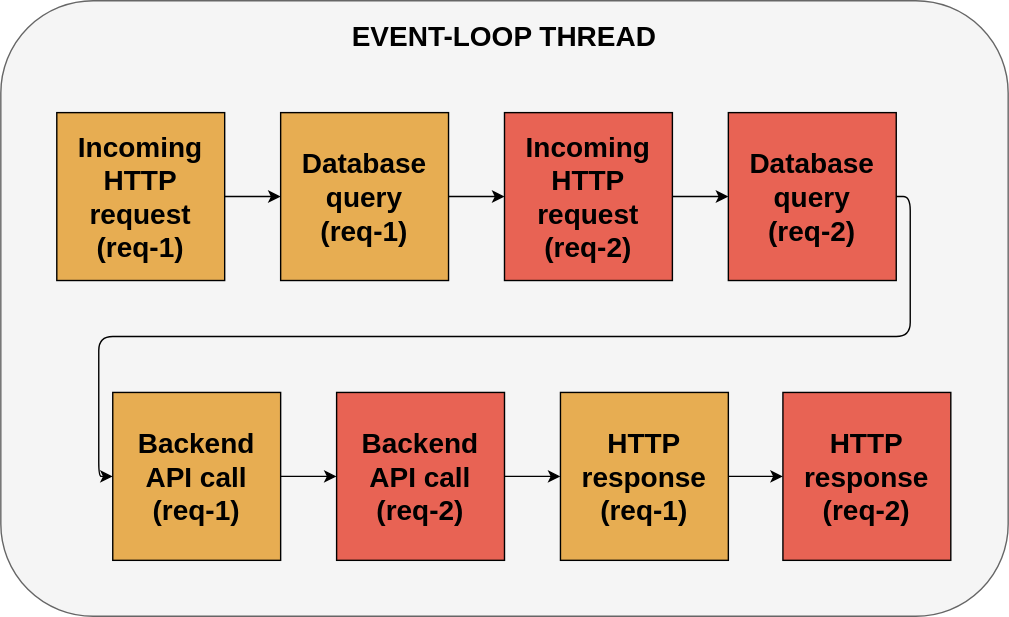
This is images/intro-event-loop.drawio.svg from bajtos/2022-hold-my-context, a draw.io export, as it was before one commit. Source tidied: cells renumbered, new cells last; positions are measured from the earlier drawing's top-left corner, leaving out a move shared by most shapes. Source of this version:
```xml
<mxGraphModel>
  <root>
    <mxCell id="0" />
    <mxCell id="1" parent="0" />
    <mxCell id="2" style="rounded=1;whiteSpace=wrap;html=1;fillColor=#f5f5f5;align=left;strokeColor=#666666;fontColor=#333333;" parent="1" vertex="1">
      <mxGeometry width="720" height="440" as="geometry" />
    </mxCell>
    <mxCell id="3" value="&lt;b style=&quot;font-size: 20px&quot;&gt;Incoming&lt;br&gt;HTTP&amp;nbsp;&lt;br&gt;request&lt;br&gt;(req-1)&lt;/b&gt;" style="whiteSpace=wrap;html=1;fillColor=#e7ad52;" parent="1" vertex="1">
      <mxGeometry x="40" y="80" width="120" height="120" as="geometry" />
    </mxCell>
    <mxCell id="4" value="&lt;span style=&quot;font-size: 20px&quot;&gt;&lt;b&gt;Database query&lt;br&gt;&lt;/b&gt;&lt;/span&gt;&lt;b style=&quot;font-size: 20px&quot;&gt;(req-1)&lt;/b&gt;&lt;span style=&quot;font-size: 20px&quot;&gt;&lt;b&gt;&lt;br&gt;&lt;/b&gt;&lt;/span&gt;" style="whiteSpace=wrap;html=1;fillColor=#e7ad52;" parent="1" vertex="1">
      <mxGeometry x="200" y="80" width="120" height="120" as="geometry" />
    </mxCell>
    <mxCell id="5" value="&lt;span style=&quot;font-size: 20px&quot;&gt;&lt;b&gt;Backend API call&lt;br&gt;&lt;/b&gt;&lt;/span&gt;&lt;b style=&quot;font-size: 20px&quot;&gt;(req-1)&lt;/b&gt;&lt;span style=&quot;font-size: 20px&quot;&gt;&lt;b&gt;&lt;br&gt;&lt;/b&gt;&lt;/span&gt;" style="whiteSpace=wrap;html=1;fillColor=#e7ad52;" parent="1" vertex="1">
      <mxGeometry x="80" y="280" width="120" height="120" as="geometry" />
    </mxCell>
    <mxCell id="6" value="&lt;span style=&quot;font-size: 20px&quot;&gt;&lt;b&gt;HTTP response&lt;br&gt;&lt;/b&gt;&lt;/span&gt;&lt;b style=&quot;font-size: 20px&quot;&gt;(req-1)&lt;/b&gt;&lt;span style=&quot;font-size: 20px&quot;&gt;&lt;b&gt;&lt;br&gt;&lt;/b&gt;&lt;/span&gt;" style="whiteSpace=wrap;html=1;fillColor=#e7ad52;" parent="1" vertex="1">
      <mxGeometry x="400" y="280" width="120" height="120" as="geometry" />
    </mxCell>
    <mxCell id="7" value="&lt;font style=&quot;font-size: 20px&quot;&gt;&lt;b&gt;EVENT-LOOP THREAD&lt;/b&gt;&lt;/font&gt;" style="text;html=1;strokeColor=none;fillColor=none;align=center;verticalAlign=middle;whiteSpace=wrap;rounded=0;" parent="1" vertex="1">
      <mxGeometry width="720" height="50" as="geometry" />
    </mxCell>
    <mxCell id="8" value="&lt;b style=&quot;font-size: 20px&quot;&gt;Incoming&lt;br&gt;HTTP&amp;nbsp;&lt;br&gt;request&lt;br&gt;(req-2)&lt;br&gt;&lt;/b&gt;" style="whiteSpace=wrap;html=1;fillColor=#E86354;" parent="1" vertex="1">
      <mxGeometry x="360" y="80" width="120" height="120" as="geometry" />
    </mxCell>
    <mxCell id="9" value="&lt;span style=&quot;font-size: 20px&quot;&gt;&lt;b&gt;Database query&lt;br&gt;&lt;/b&gt;&lt;/span&gt;&lt;b style=&quot;font-size: 20px&quot;&gt;(req-2)&lt;/b&gt;&lt;span style=&quot;font-size: 20px&quot;&gt;&lt;b&gt;&lt;br&gt;&lt;/b&gt;&lt;/span&gt;" style="whiteSpace=wrap;html=1;fillColor=#E86354;" parent="1" vertex="1">
      <mxGeometry x="520" y="80" width="120" height="120" as="geometry" />
    </mxCell>
    <mxCell id="10" value="&lt;span style=&quot;font-size: 20px&quot;&gt;&lt;b&gt;Backend API call&lt;br&gt;&lt;/b&gt;&lt;/span&gt;&lt;b style=&quot;font-size: 20px&quot;&gt;(req-2)&lt;/b&gt;&lt;span style=&quot;font-size: 20px&quot;&gt;&lt;b&gt;&lt;br&gt;&lt;/b&gt;&lt;/span&gt;" style="whiteSpace=wrap;html=1;fillColor=#E86354;" parent="1" vertex="1">
      <mxGeometry x="240" y="280" width="120" height="120" as="geometry" />
    </mxCell>
    <mxCell id="11" value="&lt;span style=&quot;font-size: 20px&quot;&gt;&lt;b&gt;HTTP response&lt;br&gt;&lt;/b&gt;&lt;/span&gt;&lt;b style=&quot;font-size: 20px&quot;&gt;(req-2)&lt;/b&gt;&lt;span style=&quot;font-size: 20px&quot;&gt;&lt;b&gt;&lt;br&gt;&lt;/b&gt;&lt;/span&gt;" style="whiteSpace=wrap;html=1;fillColor=#E86354;" parent="1" vertex="1">
      <mxGeometry x="559" y="280" width="120" height="120" as="geometry" />
    </mxCell>
    <mxCell id="12" style="endArrow=classic;html=1;exitX=1;exitY=0.5;exitDx=0;exitDy=0;entryX=0;entryY=0.5;entryDx=0;entryDy=0;" parent="1" edge="1" source="3" target="4">
      <mxGeometry relative="1" as="geometry" />
    </mxCell>
    <mxCell id="13" style="endArrow=classic;html=1;exitX=1;exitY=0.5;exitDx=0;exitDy=0;entryX=0;entryY=0.5;entryDx=0;entryDy=0;" parent="1" edge="1" source="4" target="8">
      <mxGeometry relative="1" as="geometry" />
    </mxCell>
    <mxCell id="14" style="endArrow=classic;html=1;exitX=1;exitY=0.5;exitDx=0;exitDy=0;entryX=0;entryY=0.5;entryDx=0;entryDy=0;" parent="1" edge="1" source="8" target="9">
      <mxGeometry relative="1" as="geometry" />
    </mxCell>
    <mxCell id="15" style="endArrow=classic;html=1;exitX=1;exitY=0.5;exitDx=0;exitDy=0;" parent="1" edge="1" source="5" target="10">
      <mxGeometry relative="1" as="geometry" />
    </mxCell>
    <mxCell id="16" style="endArrow=classic;html=1;exitX=1;exitY=0.5;exitDx=0;exitDy=0;entryX=0;entryY=0.5;entryDx=0;entryDy=0;" parent="1" edge="1" source="10" target="6">
      <mxGeometry relative="1" as="geometry" />
    </mxCell>
    <mxCell id="17" style="endArrow=classic;html=1;exitX=1;exitY=0.5;exitDx=0;exitDy=0;entryX=0;entryY=0.5;entryDx=0;entryDy=0;" parent="1" edge="1" source="6" target="11">
      <mxGeometry relative="1" as="geometry" />
    </mxCell>
    <mxCell id="18" style="endArrow=classic;html=1;exitX=1;exitY=0.5;exitDx=0;exitDy=0;entryX=0;entryY=0.5;entryDx=0;entryDy=0;edgeStyle=orthogonalEdgeStyle;" parent="1" edge="1" source="9" target="5">
      <mxGeometry relative="1" as="geometry" />
    </mxCell>
  </root>
</mxGraphModel>
```
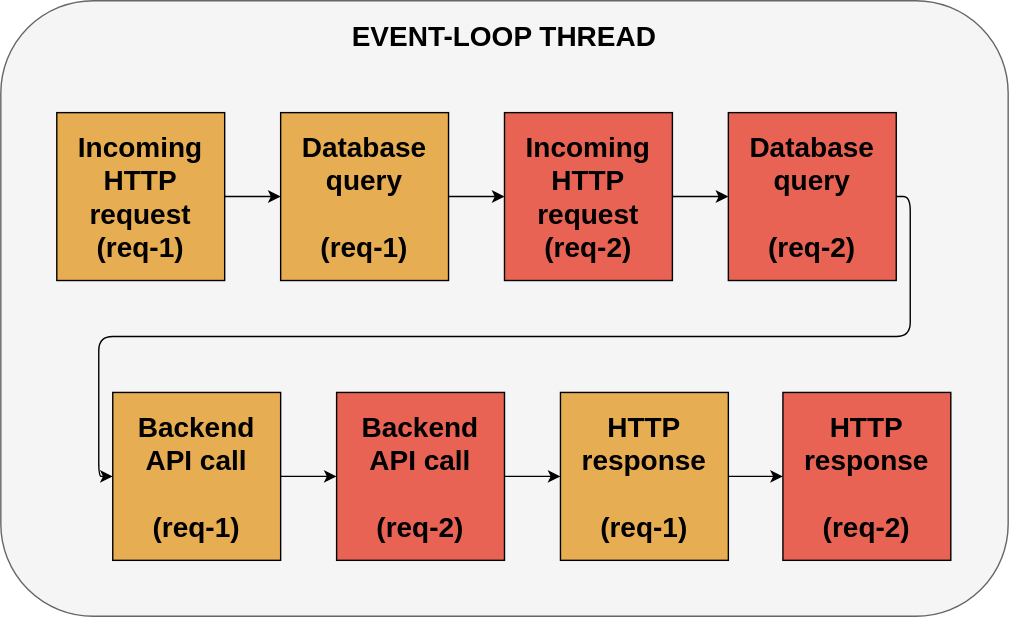
The same file after the commit.

The edit, as a diff of the source:
```diff
@@ -8,13 +8,13 @@
     <mxCell id="3" value="&lt;b style=&quot;font-size: 20px&quot;&gt;Incoming&lt;br&gt;HTTP&amp;nbsp;&lt;br&gt;request&lt;br&gt;(req-1)&lt;/b&gt;" style="whiteSpace=wrap;html=1;fillColor=#e7ad52;" parent="1" vertex="1">
       <mxGeometry x="40" y="80" width="120" height="120" as="geometry" />
     </mxCell>
-    <mxCell id="4" value="&lt;span style=&quot;font-size: 20px&quot;&gt;&lt;b&gt;Database query&lt;br&gt;&lt;/b&gt;&lt;/span&gt;&lt;b style=&quot;font-size: 20px&quot;&gt;(req-1)&lt;/b&gt;&lt;span style=&quot;font-size: 20px&quot;&gt;&lt;b&gt;&lt;br&gt;&lt;/b&gt;&lt;/span&gt;" style="whiteSpace=wrap;html=1;fillColor=#e7ad52;" parent="1" vertex="1">
+    <mxCell id="4" value="&lt;span style=&quot;font-size: 20px&quot;&gt;&lt;b&gt;Database query&lt;br&gt;&lt;br&gt;&lt;/b&gt;&lt;/span&gt;&lt;b style=&quot;font-size: 20px&quot;&gt;(req-1)&lt;/b&gt;&lt;span style=&quot;font-size: 20px&quot;&gt;&lt;b&gt;&lt;br&gt;&lt;/b&gt;&lt;/span&gt;" style="whiteSpace=wrap;html=1;fillColor=#e7ad52;" parent="1" vertex="1">
       <mxGeometry x="200" y="80" width="120" height="120" as="geometry" />
     </mxCell>
-    <mxCell id="5" value="&lt;span style=&quot;font-size: 20px&quot;&gt;&lt;b&gt;Backend API call&lt;br&gt;&lt;/b&gt;&lt;/span&gt;&lt;b style=&quot;font-size: 20px&quot;&gt;(req-1)&lt;/b&gt;&lt;span style=&quot;font-size: 20px&quot;&gt;&lt;b&gt;&lt;br&gt;&lt;/b&gt;&lt;/span&gt;" style="whiteSpace=wrap;html=1;fillColor=#e7ad52;" parent="1" vertex="1">
+    <mxCell id="5" value="&lt;span style=&quot;font-size: 20px&quot;&gt;&lt;b&gt;Backend API call&lt;br&gt;&lt;br&gt;&lt;/b&gt;&lt;/span&gt;&lt;b style=&quot;font-size: 20px&quot;&gt;(req-1)&lt;/b&gt;&lt;span style=&quot;font-size: 20px&quot;&gt;&lt;b&gt;&lt;br&gt;&lt;/b&gt;&lt;/span&gt;" style="whiteSpace=wrap;html=1;fillColor=#e7ad52;" parent="1" vertex="1">
       <mxGeometry x="80" y="280" width="120" height="120" as="geometry" />
     </mxCell>
-    <mxCell id="6" value="&lt;span style=&quot;font-size: 20px&quot;&gt;&lt;b&gt;HTTP response&lt;br&gt;&lt;/b&gt;&lt;/span&gt;&lt;b style=&quot;font-size: 20px&quot;&gt;(req-1)&lt;/b&gt;&lt;span style=&quot;font-size: 20px&quot;&gt;&lt;b&gt;&lt;br&gt;&lt;/b&gt;&lt;/span&gt;" style="whiteSpace=wrap;html=1;fillColor=#e7ad52;" parent="1" vertex="1">
+    <mxCell id="6" value="&lt;span style=&quot;font-size: 20px&quot;&gt;&lt;b&gt;HTTP response&lt;br&gt;&lt;br&gt;&lt;/b&gt;&lt;/span&gt;&lt;b style=&quot;font-size: 20px&quot;&gt;(req-1)&lt;/b&gt;&lt;span style=&quot;font-size: 20px&quot;&gt;&lt;b&gt;&lt;br&gt;&lt;/b&gt;&lt;/span&gt;" style="whiteSpace=wrap;html=1;fillColor=#e7ad52;" parent="1" vertex="1">
       <mxGeometry x="400" y="280" width="120" height="120" as="geometry" />
     </mxCell>
     <mxCell id="7" value="&lt;font style=&quot;font-size: 20px&quot;&gt;&lt;b&gt;EVENT-LOOP THREAD&lt;/b&gt;&lt;/font&gt;" style="text;html=1;strokeColor=none;fillColor=none;align=center;verticalAlign=middle;whiteSpace=wrap;rounded=0;" parent="1" vertex="1">
@@ -23,13 +23,13 @@
     <mxCell id="8" value="&lt;b style=&quot;font-size: 20px&quot;&gt;Incoming&lt;br&gt;HTTP&amp;nbsp;&lt;br&gt;request&lt;br&gt;(req-2)&lt;br&gt;&lt;/b&gt;" style="whiteSpace=wrap;html=1;fillColor=#E86354;" parent="1" vertex="1">
       <mxGeometry x="360" y="80" width="120" height="120" as="geometry" />
     </mxCell>
-    <mxCell id="9" value="&lt;span style=&quot;font-size: 20px&quot;&gt;&lt;b&gt;Database query&lt;br&gt;&lt;/b&gt;&lt;/span&gt;&lt;b style=&quot;font-size: 20px&quot;&gt;(req-2)&lt;/b&gt;&lt;span style=&quot;font-size: 20px&quot;&gt;&lt;b&gt;&lt;br&gt;&lt;/b&gt;&lt;/span&gt;" style="whiteSpace=wrap;html=1;fillColor=#E86354;" parent="1" vertex="1">
+    <mxCell id="9" value="&lt;span style=&quot;font-size: 20px&quot;&gt;&lt;b&gt;Database query&lt;br&gt;&lt;br&gt;&lt;/b&gt;&lt;/span&gt;&lt;b style=&quot;font-size: 20px&quot;&gt;(req-2)&lt;/b&gt;&lt;span style=&quot;font-size: 20px&quot;&gt;&lt;b&gt;&lt;br&gt;&lt;/b&gt;&lt;/span&gt;" style="whiteSpace=wrap;html=1;fillColor=#E86354;" parent="1" vertex="1">
       <mxGeometry x="520" y="80" width="120" height="120" as="geometry" />
     </mxCell>
-    <mxCell id="10" value="&lt;span style=&quot;font-size: 20px&quot;&gt;&lt;b&gt;Backend API call&lt;br&gt;&lt;/b&gt;&lt;/span&gt;&lt;b style=&quot;font-size: 20px&quot;&gt;(req-2)&lt;/b&gt;&lt;span style=&quot;font-size: 20px&quot;&gt;&lt;b&gt;&lt;br&gt;&lt;/b&gt;&lt;/span&gt;" style="whiteSpace=wrap;html=1;fillColor=#E86354;" parent="1" vertex="1">
+    <mxCell id="10" value="&lt;span style=&quot;font-size: 20px&quot;&gt;&lt;b&gt;Backend API call&lt;br&gt;&lt;br&gt;&lt;/b&gt;&lt;/span&gt;&lt;b style=&quot;font-size: 20px&quot;&gt;(req-2)&lt;/b&gt;&lt;span style=&quot;font-size: 20px&quot;&gt;&lt;b&gt;&lt;br&gt;&lt;/b&gt;&lt;/span&gt;" style="whiteSpace=wrap;html=1;fillColor=#E86354;" parent="1" vertex="1">
       <mxGeometry x="240" y="280" width="120" height="120" as="geometry" />
     </mxCell>
-    <mxCell id="11" value="&lt;span style=&quot;font-size: 20px&quot;&gt;&lt;b&gt;HTTP response&lt;br&gt;&lt;/b&gt;&lt;/span&gt;&lt;b style=&quot;font-size: 20px&quot;&gt;(req-2)&lt;/b&gt;&lt;span style=&quot;font-size: 20px&quot;&gt;&lt;b&gt;&lt;br&gt;&lt;/b&gt;&lt;/span&gt;" style="whiteSpace=wrap;html=1;fillColor=#E86354;" parent="1" vertex="1">
+    <mxCell id="11" value="&lt;span style=&quot;font-size: 20px&quot;&gt;&lt;b&gt;HTTP response&lt;br&gt;&lt;br&gt;&lt;/b&gt;&lt;/span&gt;&lt;b style=&quot;font-size: 20px&quot;&gt;(req-2)&lt;/b&gt;&lt;span style=&quot;font-size: 20px&quot;&gt;&lt;b&gt;&lt;br&gt;&lt;/b&gt;&lt;/span&gt;" style="whiteSpace=wrap;html=1;fillColor=#E86354;" parent="1" vertex="1">
       <mxGeometry x="559" y="280" width="120" height="120" as="geometry" />
     </mxCell>
     <mxCell id="12" style="endArrow=classic;html=1;exitX=1;exitY=0.5;exitDx=0;exitDy=0;entryX=0;entryY=0.5;entryDx=0;entryDy=0;" parent="1" edge="1" source="3" target="4">
```
